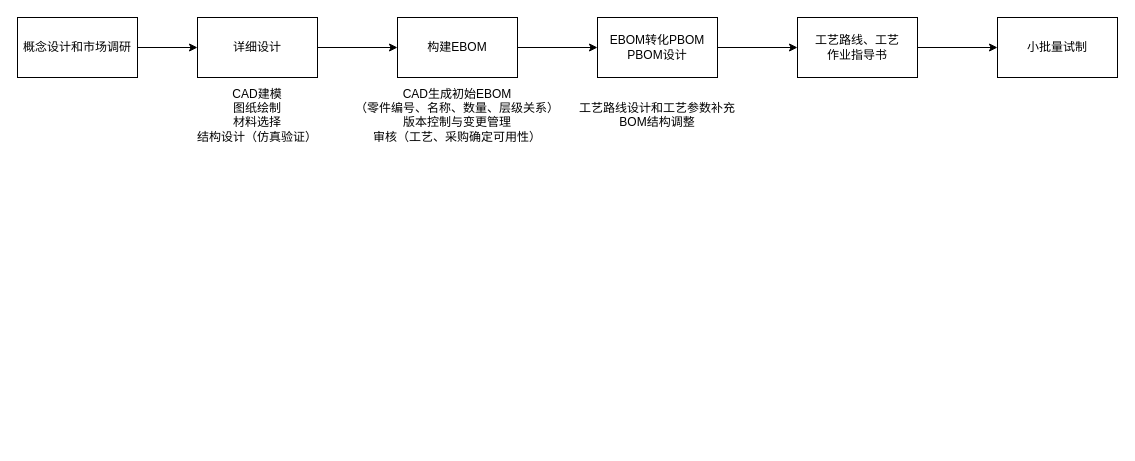
Above: SDM委托流程.drawio in fxfng/hello-world (draw.io), before the change. Source tidied: cells renumbered, new cells numbered last; positions are measured from the earlier drawing's top-left corner, leaving out a move shared by most shapes. Both pictures are drawn from the tidied source at 100%, with x=0, y=0 at pixel (17, 17).
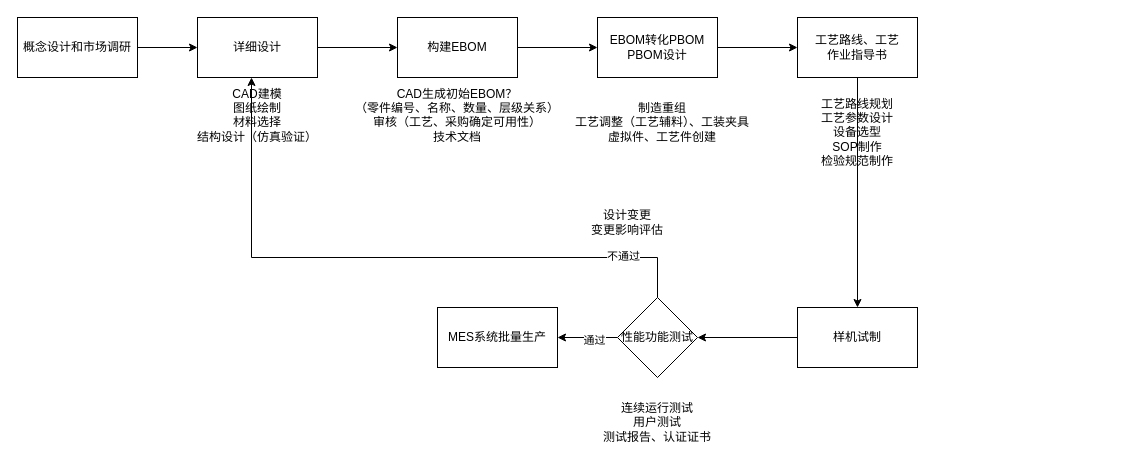
The same diagram, later.

The change refers to these unchanged cells:
```xml
<mxCell id="3" value="详细设计" style="rounded=0;whiteSpace=wrap;html=1;" parent="1" vertex="1">
  <mxGeometry x="180" width="120" height="60" as="geometry" />
</mxCell>
```

The edit, as a diff of the source:
```diff
@@
-    <mxCell id="11" value="CAD生成初始EBOM&lt;br&gt;（零件编号、名称、数量、层级关系）&lt;br&gt;版本控制与变更管理&lt;br&gt;审核（工艺、采购确定可用性）&lt;br&gt;&lt;div&gt;&lt;br&gt;&lt;/div&gt;" style="text;html=1;align=center;verticalAlign=middle;whiteSpace=wrap;rounded=0;" parent="1" vertex="1">
+    <mxCell id="11" value="CAD生成初始EBOM？&lt;br&gt;（零件编号、名称、数量、层级关系）&lt;br&gt;审核（工艺、采购确定可用性）&lt;br&gt;技术文档&lt;br&gt;&lt;div&gt;&lt;div&gt;&lt;br&gt;&lt;/div&gt;&lt;/div&gt;" style="text;html=1;align=center;verticalAlign=middle;whiteSpace=wrap;rounded=0;" parent="1" vertex="1">
       <mxGeometry x="325" y="90" width="230" height="30" as="geometry" />
     </mxCell>
-    <mxCell id="12" value="工艺路线设计和工艺参数补充&lt;br&gt;BOM结构调整&lt;br&gt;&lt;div&gt;&lt;br&gt;&lt;/div&gt;" style="text;html=1;align=center;verticalAlign=middle;whiteSpace=wrap;rounded=0;" parent="1" vertex="1">
-      <mxGeometry x="560" y="90" width="160" height="30" as="geometry" />
+    <mxCell id="12" value="制造重组&lt;br&gt;工艺调整（工艺辅料）、工装夹具&lt;br&gt;&lt;div&gt;虚拟件、工艺件创建&lt;/div&gt;" style="text;html=1;align=center;verticalAlign=middle;whiteSpace=wrap;rounded=0;" parent="1" vertex="1">
+      <mxGeometry x="550" y="90" width="190" height="30" as="geometry" />
     </mxCell>
@@
+    <mxCell id="16" style="edgeStyle=orthogonalEdgeStyle;rounded=0;jettySize=auto;html=1;" parent="1" edge="1" source="15" target="19">
+      <mxGeometry relative="1" as="geometry" />
+    </mxCell>
-    <mxCell id="15" value="小批量试制" style="whiteSpace=wrap;html=1;rounded=0;" parent="1" vertex="1">
-      <mxGeometry x="980" width="120" height="60" as="geometry" />
+    <mxCell id="15" value="样机试制" style="whiteSpace=wrap;html=1;rounded=0;" parent="1" vertex="1">
+      <mxGeometry x="780" y="290" width="120" height="60" as="geometry" />
     </mxCell>
+    <mxCell id="17" style="edgeStyle=orthogonalEdgeStyle;rounded=0;jettySize=auto;html=1;" parent="1" edge="1" source="19" target="20">
+      <mxGeometry relative="1" as="geometry" />
+    </mxCell>
+    <mxCell id="18" value="通过" style="edgeLabel;html=1;align=center;verticalAlign=middle;" parent="17" vertex="1">
+      <mxGeometry x="-0.2" y="2" relative="1" as="geometry" />
+    </mxCell>
+    <mxCell id="19" value="性能功能测试" style="rhombus;whiteSpace=wrap;html=1;rounded=0;" parent="1" vertex="1">
+      <mxGeometry x="600" y="280" width="80" height="80" as="geometry" />
+    </mxCell>
+    <mxCell id="20" value="MES系统批量生产" style="whiteSpace=wrap;html=1;rounded=0;" parent="1" vertex="1">
+      <mxGeometry x="420" y="290" width="120" height="60" as="geometry" />
+    </mxCell>
+    <mxCell id="21" style="edgeStyle=orthogonalEdgeStyle;rounded=0;jettySize=auto;html=1;entryX=0.45;entryY=1;entryDx=0;entryDy=0;entryPerimeter=0;" parent="1" edge="1" source="19" target="3">
+      <mxGeometry relative="1" as="geometry">
+        <Array as="points">
+          <mxPoint x="640" y="240" />
+          <mxPoint x="234" y="240" />
+        </Array>
+      </mxGeometry>
+    </mxCell>
+    <mxCell id="22" value="不通过" style="edgeLabel;html=1;align=center;verticalAlign=middle;" parent="21" vertex="1">
+      <mxGeometry x="-0.76" y="-2" relative="1" as="geometry" />
+    </mxCell>
+    <mxCell id="23" value="&lt;div&gt;设计变更&lt;br&gt;变更影响评估&lt;/div&gt;" style="text;html=1;align=center;verticalAlign=middle;whiteSpace=wrap;rounded=0;" parent="1" vertex="1">
+      <mxGeometry x="530" y="190" width="160" height="30" as="geometry" />
+    </mxCell>
+    <mxCell id="24" value="&lt;div&gt;连续运行测试&lt;br&gt;用户测试&lt;br&gt;测试报告、认证证书&lt;/div&gt;" style="text;html=1;align=center;verticalAlign=middle;whiteSpace=wrap;rounded=0;" parent="1" vertex="1">
+      <mxGeometry x="560" y="390" width="160" height="30" as="geometry" />
+    </mxCell>
+    <mxCell id="25" value="工艺路线规划&lt;br&gt;工艺参数设计&lt;br&gt;设备选型&lt;br&gt;SOP制作&lt;br&gt;检验规范制作" style="text;html=1;align=center;verticalAlign=middle;whiteSpace=wrap;rounded=0;" parent="1" vertex="1">
+      <mxGeometry x="760" y="100" width="160" height="30" as="geometry" />
+    </mxCell>
```
